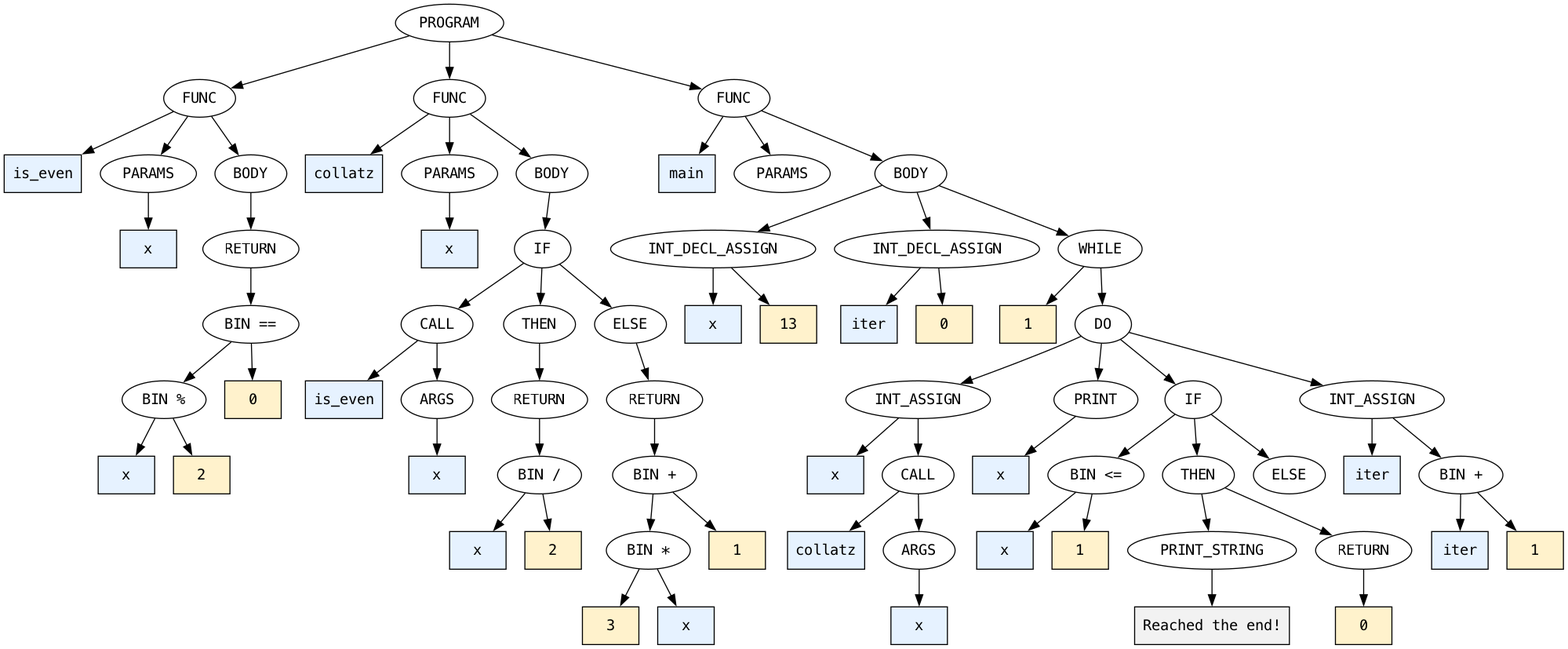
Daniel-Sinkin/ScriptInterpreterInCpp keeps this Graphviz diagram as examples/collatz.png. Above is the earlier version. Its source is kept beside it as examples/collatz.dot.
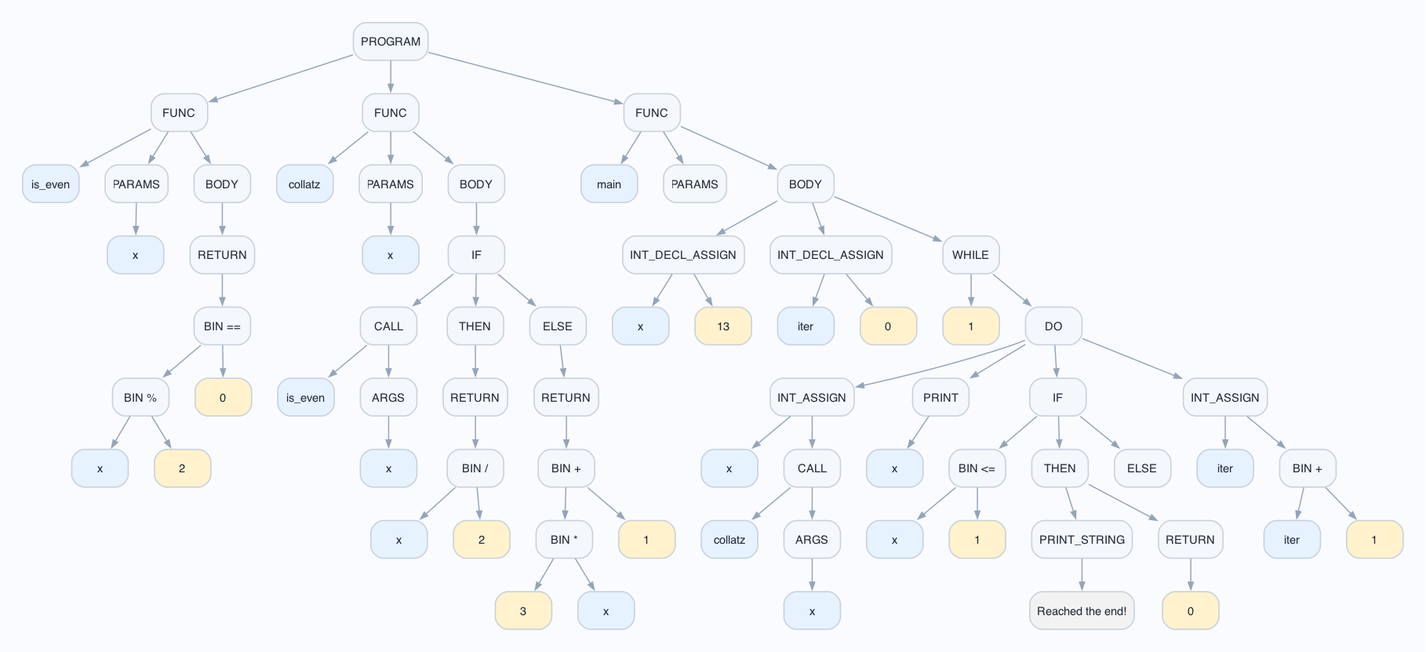
The same file after the commit.

Diff of the diagram source:
```diff
@@ -1,75 +1,77 @@
 digraph AST {
-  node [fontname="monospace"];
+  graph [bgcolor="#f9fbff", pad="0.30", nodesep="0.35", ranksep="0.45", splines=true];
+  node [shape=box, style="rounded,filled", fontname="Helvetica", fontsize=11, color="#c8d1dc", fillcolor="#f4f7fb", fontcolor="#1f2937", penwidth=1.2, margin="0.10,0.06"];
+  edge [color="#95a4b8", penwidth=1.1, arrowsize=0.7];
   n0 [label="PROGRAM"];
   n1 [label="FUNC"];
-  n2 [label="is_even", shape=box, style=filled, fillcolor="#e6f2ff"];
+  n2 [label="is_even", shape=box, style="rounded,filled", fillcolor="#e6f2ff"];
   n3 [label="PARAMS"];
-  n4 [label="x", shape=box, style=filled, fillcolor="#e6f2ff"];
+  n4 [label="x", shape=box, style="rounded,filled", fillcolor="#e6f2ff"];
   n5 [label="BODY"];
   n6 [label="RETURN"];
   n7 [label="BIN =="];
   n8 [label="BIN %"];
-  n9 [label="x", shape=box, style=filled, fillcolor="#e6f2ff"];
-  n10 [label="2", shape=box, style=filled, fillcolor="#fff2cc"];
-  n11 [label="0", shape=box, style=filled, fillcolor="#fff2cc"];
+  n9 [label="x", shape=box, style="rounded,filled", fillcolor="#e6f2ff"];
+  n10 [label="2", shape=box, style="rounded,filled", fillcolor="#fff2cc"];
+  n11 [label="0", shape=box, style="rounded,filled", fillcolor="#fff2cc"];
   n12 [label="FUNC"];
-  n13 [label="collatz", shape=box, style=filled, fillcolor="#e6f2ff"];
+  n13 [label="collatz", shape=box, style="rounded,filled", fillcolor="#e6f2ff"];
   n14 [label="PARAMS"];
-  n15 [label="x", shape=box, style=filled, fillcolor="#e6f2ff"];
+  n15 [label="x", shape=box, style="rounded,filled", fillcolor="#e6f2ff"];
   n16 [label="BODY"];
   n17 [label="IF"];
   n18 [label="CALL"];
-  n19 [label="is_even", shape=box, style=filled, fillcolor="#e6f2ff"];
+  n19 [label="is_even", shape=box, style="rounded,filled", fillcolor="#e6f2ff"];
   n20 [label="ARGS"];
-  n21 [label="x", shape=box, style=filled, fillcolor="#e6f2ff"];
+  n21 [label="x", shape=box, style="rounded,filled", fillcolor="#e6f2ff"];
   n22 [label="THEN"];
   n23 [label="RETURN"];
   n24 [label="BIN /"];
-  n25 [label="x", shape=box, style=filled, fillcolor="#e6f2ff"];
-  n26 [label="2", shape=box, style=filled, fillcolor="#fff2cc"];
+  n25 [label="x", shape=box, style="rounded,filled", fillcolor="#e6f2ff"];
+  n26 [label="2", shape=box, style="rounded,filled", fillcolor="#fff2cc"];
   n27 [label="ELSE"];
   n28 [label="RETURN"];
   n29 [label="BIN +"];
   n30 [label="BIN *"];
-  n31 [label="3", shape=box, style=filled, fillcolor="#fff2cc"];
-  n32 [label="x", shape=box, style=filled, fillcolor="#e6f2ff"];
-  n33 [label="1", shape=box, style=filled, fillcolor="#fff2cc"];
+  n31 [label="3", shape=box, style="rounded,filled", fillcolor="#fff2cc"];
+  n32 [label="x", shape=box, style="rounded,filled", fillcolor="#e6f2ff"];
+  n33 [label="1", shape=box, style="rounded,filled", fillcolor="#fff2cc"];
   n34 [label="FUNC"];
-  n35 [label="main", shape=box, style=filled, fillcolor="#e6f2ff"];
+  n35 [label="main", shape=box, style="rounded,filled", fillcolor="#e6f2ff"];
   n36 [label="PARAMS"];
   n37 [label="BODY"];
   n38 [label="INT_DECL_ASSIGN"];
-  n39 [label="x", shape=box, style=filled, fillcolor="#e6f2ff"];
-  n40 [label="13", shape=box, style=filled, fillcolor="#fff2cc"];
+  n39 [label="x", shape=box, style="rounded,filled", fillcolor="#e6f2ff"];
+  n40 [label="13", shape=box, style="rounded,filled", fillcolor="#fff2cc"];
   n41 [label="INT_DECL_ASSIGN"];
-  n42 [label="iter", shape=box, style=filled, fillcolor="#e6f2ff"];
-  n43 [label="0", shape=box, style=filled, fillcolor="#fff2cc"];
+  n42 [label="iter", shape=box, style="rounded,filled", fillcolor="#e6f2ff"];
+  n43 [label="0", shape=box, style="rounded,filled", fillcolor="#fff2cc"];
   n44 [label="WHILE"];
-  n45 [label="1", shape=box, style=filled, fillcolor="#fff2cc"];
+  n45 [label="1", shape=box, style="rounded,filled", fillcolor="#fff2cc"];
   n46 [label="DO"];
   n47 [label="INT_ASSIGN"];
-  n48 [label="x", shape=box, style=filled, fillcolor="#e6f2ff"];
+  n48 [label="x", shape=box, style="rounded,filled", fillcolor="#e6f2ff"];
   n49 [label="CALL"];
-  n50 [label="collatz", shape=box, style=filled, fillcolor="#e6f2ff"];
+  n50 [label="collatz", shape=box, style="rounded,filled", fillcolor="#e6f2ff"];
   n51 [label="ARGS"];
-  n52 [label="x", shape=box, style=filled, fillcolor="#e6f2ff"];
+  n52 [label="x", shape=box, style="rounded,filled", fillcolor="#e6f2ff"];
   n53 [label="PRINT"];
-  n54 [label="x", shape=box, style=filled, fillcolor="#e6f2ff"];
+  n54 [label="x", shape=box, style="rounded,filled", fillcolor="#e6f2ff"];
   n55 [label="IF"];
   n56 [label="BIN <="];
-  n57 [label="x", shape=box, style=filled, fillcolor="#e6f2ff"];
-  n58 [label="1", shape=box, style=filled, fillcolor="#fff2cc"];
+  n57 [label="x", shape=box, style="rounded,filled", fillcolor="#e6f2ff"];
+  n58 [label="1", shape=box, style="rounded,filled", fillcolor="#fff2cc"];
   n59 [label="THEN"];
   n60 [label="PRINT_STRING"];
-  n61 [label="Reached the end!", shape=box, style=filled, fillcolor="#f2f2f2"];
+  n61 [label="Reached the end!", shape=box, style="rounded,filled", fillcolor="#f2f2f2"];
   n62 [label="RETURN"];
-  n63 [label="0", shape=box, style=filled, fillcolor="#fff2cc"];
+  n63 [label="0", shape=box, style="rounded,filled", fillcolor="#fff2cc"];
   n64 [label="ELSE"];
   n65 [label="INT_ASSIGN"];
-  n66 [label="iter", shape=box, style=filled, fillcolor="#e6f2ff"];
+  n66 [label="iter", shape=box, style="rounded,filled", fillcolor="#e6f2ff"];
   n67 [label="BIN +"];
-  n68 [label="iter", shape=box, style=filled, fillcolor="#e6f2ff"];
-  n69 [label="1", shape=box, style=filled, fillcolor="#fff2cc"];
+  n68 [label="iter", shape=box, style="rounded,filled", fillcolor="#e6f2ff"];
+  n69 [label="1", shape=box, style="rounded,filled", fillcolor="#fff2cc"];
   n1 -> n2;
   n1 -> n3;
   n3 -> n4;
```
